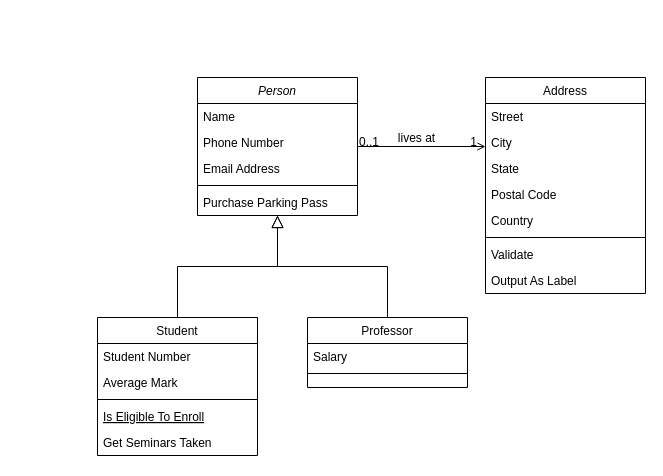
The draw.io diagram Untitled Diagram.drawio in Farrukh1208/Farrukh1208, before the edit. Source tidied: cells renumbered, new cells numbered last; positions are measured from the earlier drawing's top-left corner, leaving out a move shared by most shapes. Both pictures are drawn from the tidied source at 100%, with x=0, y=0 at pixel (97, 77).
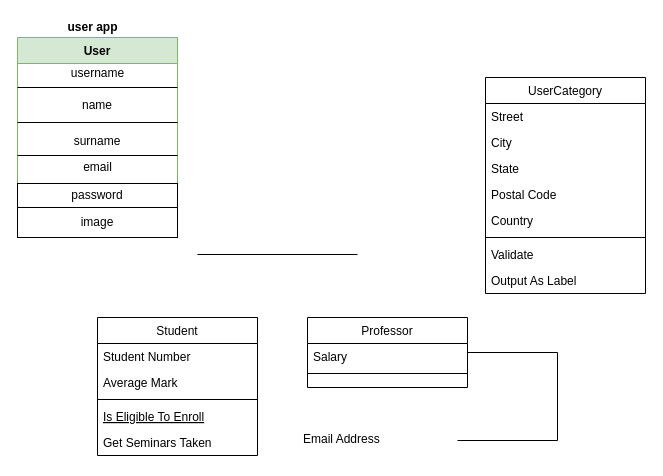
The same page after the edit.

The change refers to these unchanged cells:
```xml
<mxCell id="8" value="Student" style="swimlane;fontStyle=0;align=center;verticalAlign=top;horizontal=1;startSize=26;rounded=0;shadow=0;strokeWidth=1;" parent="1" vertex="1">
  <mxGeometry y="240" width="160" height="138" as="geometry" />
</mxCell>
<mxCell id="15" value="Professor" style="swimlane;fontStyle=0;align=center;verticalAlign=top;horizontal=1;startSize=26;rounded=0;shadow=0;strokeWidth=1;" parent="1" vertex="1">
  <mxGeometry x="210" y="240" width="160" height="70" as="geometry" />
</mxCell>
```

Diff of the diagram source:
```diff
@@
-    <mxCell id="2" value="Person" style="swimlane;fontStyle=2;align=center;verticalAlign=top;horizontal=1;startSize=26;rounded=0;shadow=0;strokeWidth=1;" parent="1" vertex="1">
-      <mxGeometry x="100" width="160" height="138" as="geometry" />
+    <mxCell id="2" value="User" style="swimlane;fontStyle=1;align=center;verticalAlign=top;horizontal=1;startSize=26;rounded=0;shadow=0;strokeWidth=1;fillColor=#d5e8d4;strokeColor=#82b366;" parent="1" vertex="1">
+      <mxGeometry x="-80" y="-40" width="160" height="146" as="geometry" />
     </mxCell>
-    <mxCell id="3" value="Name" style="text;align=left;verticalAlign=top;spacingLeft=4;spacingRight=4;overflow=hidden;" parent="2" vertex="1">
-      <mxGeometry y="26" width="160" height="26" as="geometry" />
-    </mxCell>
+    <mxCell id="32" value="username" style="text;html=1;align=center;verticalAlign=middle;strokeColor=none;fillColor=none;" parent="2" vertex="1">
+      <mxGeometry y="26" width="160" height="20" as="geometry" />
+    </mxCell>
+    <mxCell id="33" style="line;strokeWidth=1;fillColor=none;align=left;verticalAlign=middle;spacingTop=-1;spacingLeft=3;spacingRight=3;labelPosition=right;" parent="2" vertex="1">
+      <mxGeometry y="46" width="160" height="8" as="geometry" />
+    </mxCell>
-    <mxCell id="4" value="Phone Number" style="text;align=left;verticalAlign=top;spacingLeft=4;spacingRight=4;overflow=hidden;rounded=0;shadow=0;html=0;" parent="2" vertex="1">
-      <mxGeometry y="52" width="160" height="26" as="geometry" />
+    <mxCell id="4" value="name" style="text;align=center;verticalAlign=top;spacingLeft=4;spacingRight=4;overflow=hidden;rounded=0;shadow=0;html=0;" parent="2" vertex="1">
+      <mxGeometry y="54" width="160" height="26" as="geometry" />
     </mxCell>
-    <mxCell id="5" value="Email Address" style="text;align=left;verticalAlign=top;spacingLeft=4;spacingRight=4;overflow=hidden;points=[[0,0.5],[1,0.5]];portConstraint=eastwest;rounded=0;shadow=0;html=0;" parent="2" vertex="1">
-      <mxGeometry y="78" width="160" height="26" as="geometry" />
-    </mxCell>
-    <mxCell id="6" style="line;html=1;strokeWidth=1;align=left;verticalAlign=middle;spacingTop=-1;spacingLeft=3;spacingRight=3;labelPosition=right;" parent="2" vertex="1">
-      <mxGeometry y="104" width="160" height="8" as="geometry" />
-    </mxCell>
+    <mxCell id="34" style="line;strokeWidth=1;fillColor=none;align=left;verticalAlign=middle;spacingTop=-1;spacingLeft=3;spacingRight=3;labelPosition=right;" parent="2" vertex="1">
+      <mxGeometry y="80" width="160" height="10" as="geometry" />
+    </mxCell>
-    <mxCell id="7" value="Purchase Parking Pass" style="text;align=left;verticalAlign=top;spacingLeft=4;spacingRight=4;overflow=hidden;" parent="2" vertex="1">
-      <mxGeometry y="112" width="160" height="26" as="geometry" />
+    <mxCell id="7" value="surname" style="text;align=center;verticalAlign=top;spacingLeft=4;spacingRight=4;overflow=hidden;" parent="2" vertex="1">
+      <mxGeometry y="90" width="160" height="26" as="geometry" />
     </mxCell>
+    <mxCell id="35" style="line;strokeWidth=1;fillColor=none;align=left;verticalAlign=middle;spacingTop=-1;spacingLeft=3;spacingRight=3;labelPosition=right;" parent="2" vertex="1">
+      <mxGeometry y="116" width="160" height="4" as="geometry" />
+    </mxCell>
+    <mxCell id="36" value="email" style="text;html=1;align=center;verticalAlign=middle;strokeColor=none;fillColor=none;" parent="2" vertex="1">
+      <mxGeometry y="120" width="160" height="20" as="geometry" />
+    </mxCell>
@@
-    <mxCell id="14" style="endArrow=block;endSize=10;endFill=0;shadow=0;strokeWidth=1;rounded=0;edgeStyle=elbowEdgeStyle;elbow=vertical;" parent="1" edge="1" source="8" target="2">
-      <mxGeometry relative="1" as="geometry" />
-    </mxCell>
@@
-    <mxCell id="18" style="endArrow=block;endSize=10;endFill=0;shadow=0;strokeWidth=1;rounded=0;edgeStyle=elbowEdgeStyle;elbow=vertical;" parent="1" edge="1" source="15" target="2">
-      <mxGeometry relative="1" as="geometry" />
-    </mxCell>
-    <mxCell id="19" value="Address" style="swimlane;fontStyle=0;align=center;verticalAlign=top;horizontal=1;startSize=26;rounded=0;shadow=0;strokeWidth=1;" parent="1" vertex="1">
+    <mxCell id="19" value="UserCategory" style="swimlane;fontStyle=0;align=center;verticalAlign=top;horizontal=1;startSize=26;rounded=0;shadow=0;strokeWidth=1;" parent="1" vertex="1">
       <mxGeometry x="388" width="160" height="216" as="geometry" />
     </mxCell>
@@
-    <mxCell id="28" style="endArrow=open;shadow=0;strokeWidth=1;rounded=0;endFill=1;edgeStyle=elbowEdgeStyle;elbow=vertical;" parent="1" edge="1" source="2" target="19">
-      <mxGeometry x="0.5" y="41" relative="1" as="geometry">
-        <mxPoint x="-40" y="32" as="offset" />
-      </mxGeometry>
-    </mxCell>
-    <mxCell id="29" value="0..1" style="align=left;verticalAlign=bottom;labelBackgroundColor=none;fontSize=12;" parent="28" vertex="1">
-      <mxGeometry x="-1" relative="1" as="geometry">
-        <mxPoint y="4" as="offset" />
-      </mxGeometry>
-    </mxCell>
-    <mxCell id="30" value="1" style="align=right;verticalAlign=bottom;labelBackgroundColor=none;fontSize=12;" parent="28" vertex="1">
-      <mxGeometry x="1" relative="1" as="geometry">
-        <mxPoint x="-7" y="4" as="offset" />
-      </mxGeometry>
-    </mxCell>
-    <mxCell id="31" value="lives at" style="text;html=1;align=center;verticalAlign=middle;labelBackgroundColor=none;rounded=0;shadow=0;strokeWidth=1;fontSize=12;" parent="28" vertex="1">
-      <mxGeometry x="0.5" y="49" relative="1" as="geometry">
-        <mxPoint x="-38" y="40" as="offset" />
-      </mxGeometry>
-    </mxCell>
+    <mxCell id="37" value="user app" style="text;html=1;align=center;verticalAlign=middle;strokeColor=none;fillColor=none;fontStyle=1;" parent="1" vertex="1">
+      <mxGeometry x="-40" y="-60" width="70" height="20" as="geometry" />
+    </mxCell>
+    <mxCell id="5" value="Email Address" style="text;align=left;verticalAlign=top;spacingLeft=4;spacingRight=4;overflow=hidden;points=[[0,0.5],[1,0.5]];portConstraint=eastwest;rounded=0;shadow=0;html=0;" parent="1" vertex="1">
+      <mxGeometry x="200" y="348" width="160" height="30" as="geometry" />
+    </mxCell>
+    <mxCell id="38" style="endArrow=none;endSize=10;endFill=0;shadow=0;strokeWidth=1;rounded=0;edgeStyle=elbowEdgeStyle;elbow=vertical;" parent="1" edge="1" source="15" target="5">
+      <mxGeometry relative="1" as="geometry">
+        <Array as="points">
+          <mxPoint x="460" y="340" />
+          <mxPoint x="310" y="170" />
+        </Array>
+      </mxGeometry>
+    </mxCell>
+    <mxCell id="39" style="line;strokeWidth=1;fillColor=none;align=left;verticalAlign=middle;spacingTop=-1;spacingLeft=3;spacingRight=3;labelPosition=right;" parent="1" vertex="1">
+      <mxGeometry x="100" y="173" width="160" height="8" as="geometry" />
+    </mxCell>
+    <mxCell id="40" value="password" style="whiteSpace=wrap;html=1;align=center;" parent="1" vertex="1">
+      <mxGeometry x="-80" y="106" width="160" height="24" as="geometry" />
+    </mxCell>
+    <mxCell id="41" value="image" style="whiteSpace=wrap;html=1;align=center;" parent="1" vertex="1">
+      <mxGeometry x="-80" y="130" width="160" height="30" as="geometry" />
+    </mxCell>
```
